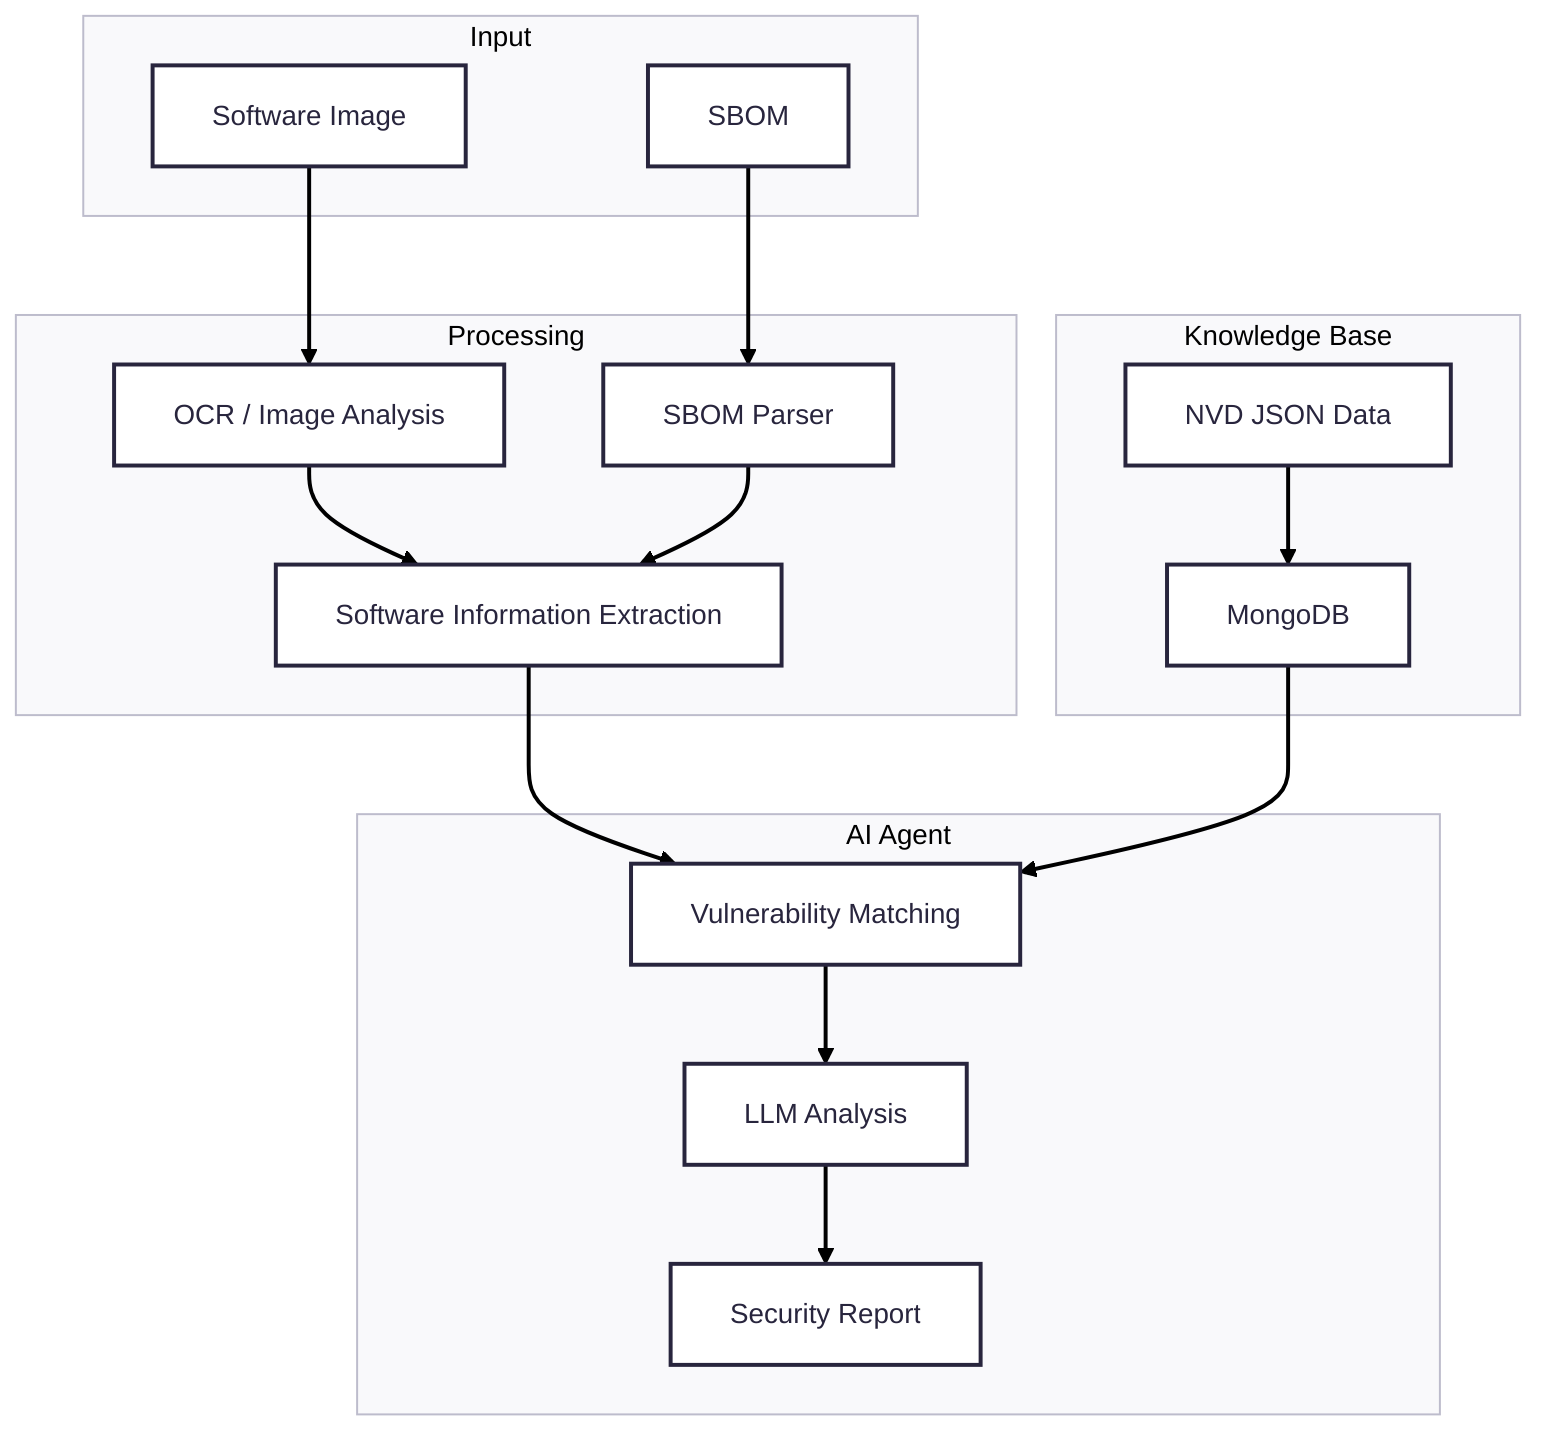
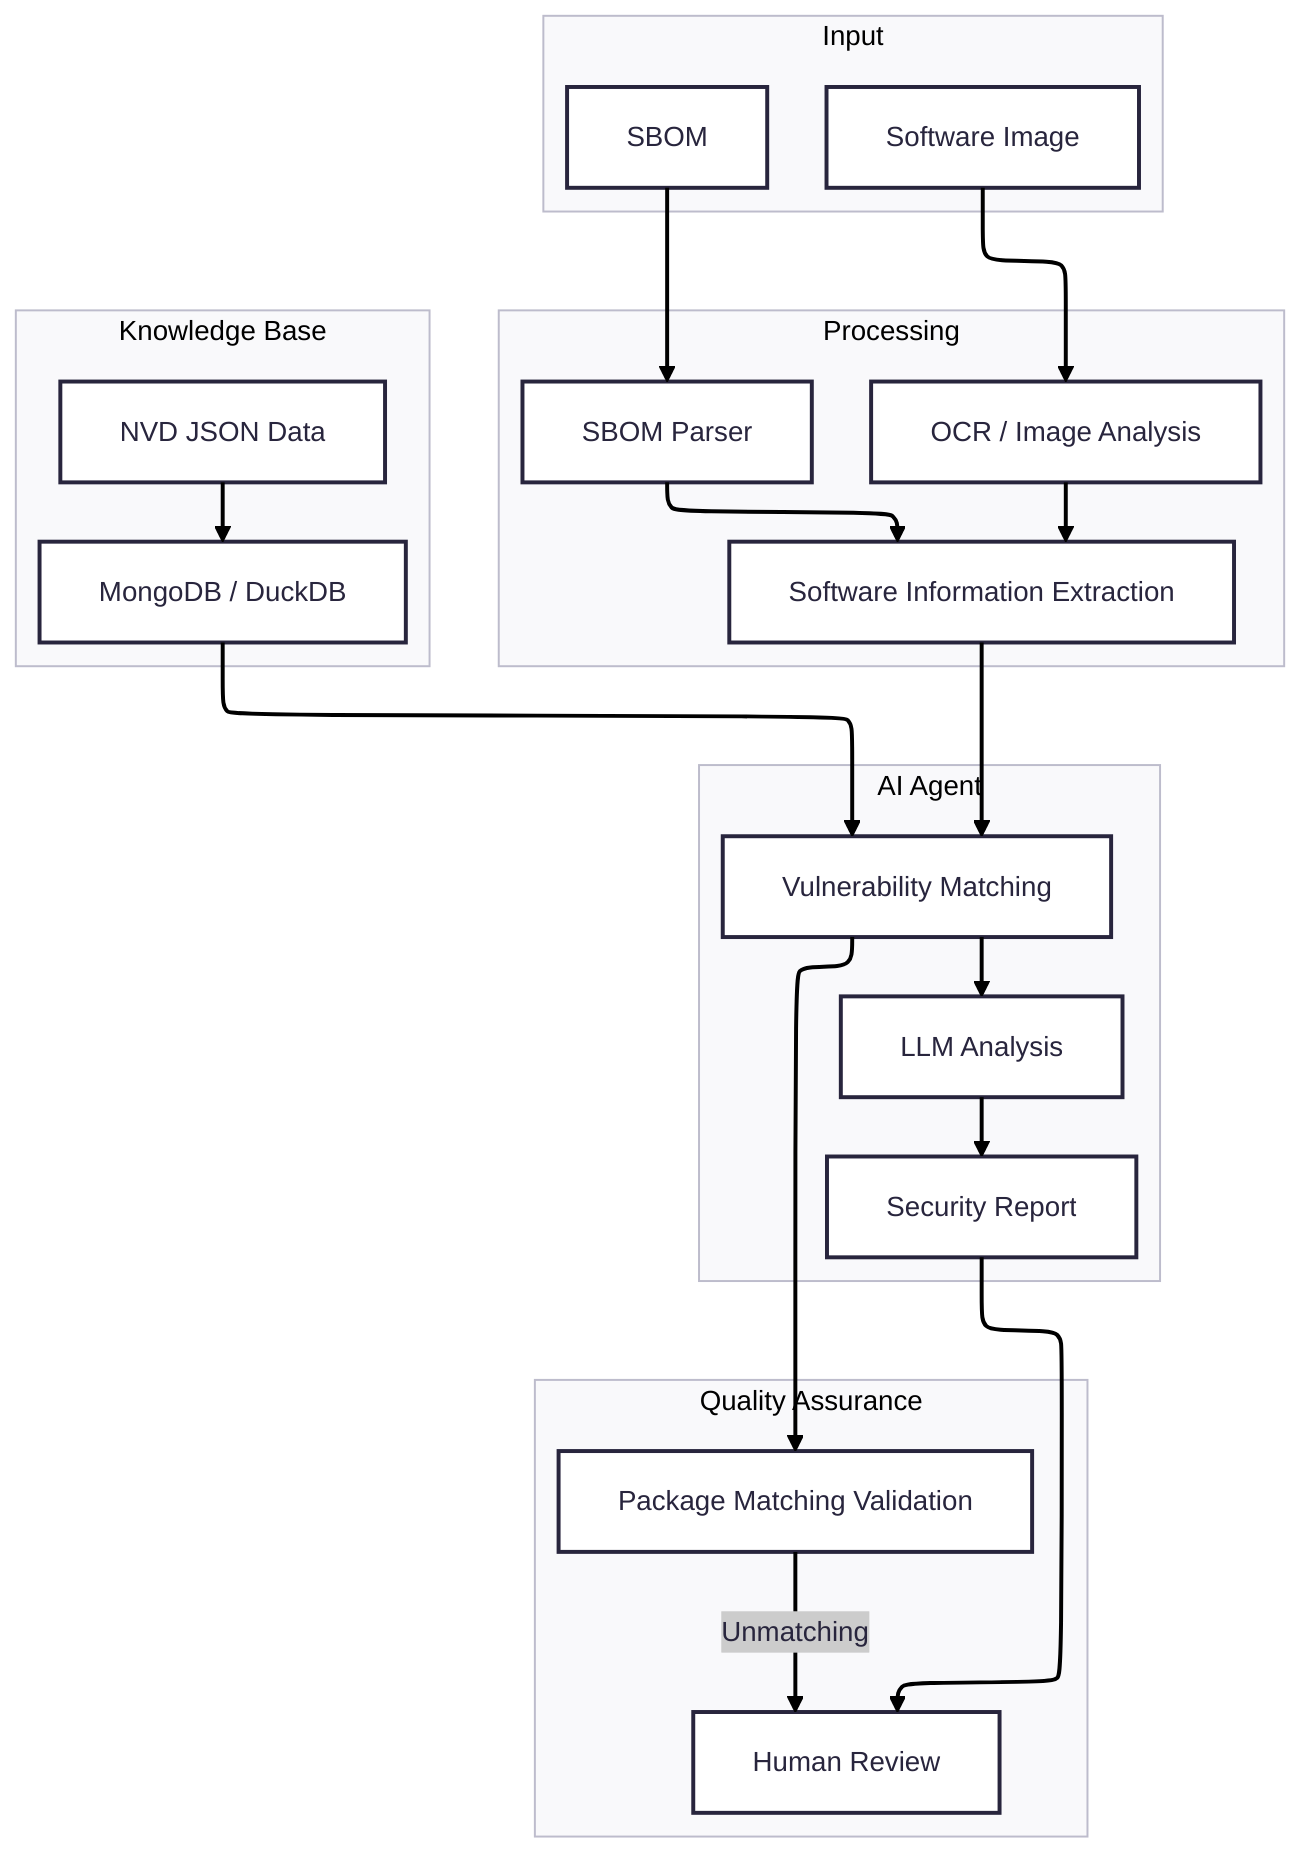
---
config:
  theme: redux
-   layout: dagre
+   layout: elk
---
flowchart TB
 subgraph Input["Input"]
        A1["Software Image"]
        A2["SBOM"]
  end
+ 
 subgraph Processing["Processing"]
        B1["OCR / Image Analysis"]
        B2["SBOM Parser"]
        B3["Software Information Extraction"]
  end
-  subgraph subGraph2["Knowledge Base"]
+ 
+  subgraph KB["Knowledge Base"]
        C1["NVD JSON Data"]
-         C2["MongoDB"]
+         C2["MongoDB / DuckDB"]
  end
-  subgraph subGraph3["AI Agent"]
+ 
+  subgraph AI["AI Agent"]
        D1["Vulnerability Matching"]
        D2["LLM Analysis"]
        D3["Security Report"]
  end
+ 
+  subgraph QA["Quality Assurance"]
+         E1["Package Matching Validation"]
+         E2["Human Review"]
+   end
+ 
    A1 --> B1
    A2 --> B2
    B1 --> B3
    B2 --> B3
+ 
    C1 --> C2
+ 
    B3 --> D1
    C2 --> D1
+ 
    D1 --> D2
-     D2 --> D3+     D2 --> D3
+ 
+     D1 --> E1
+     D3 --> E2
+ 
+     E1 -- Unmatching --> E2